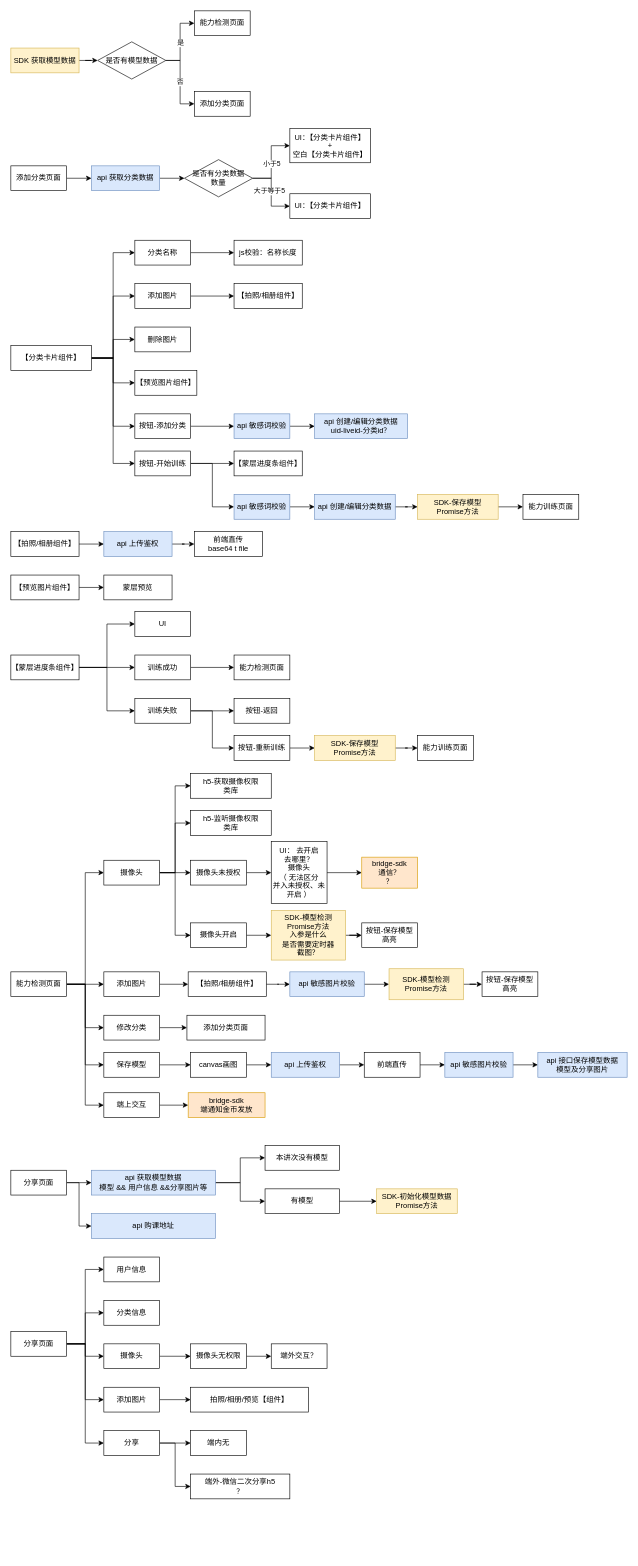
Above: page "物品识别" (9 of 9) of my-project/未命名绘图.drawio in gmtaurus/ceshi (draw.io), before the change. Source tidied: cells renumbered, new cells numbered last; positions are measured from the earlier drawing's top-left corner, leaving out a move shared by most shapes. Both pictures are drawn from the tidied source at 62%, with x=0, y=0 at pixel (11, 11).
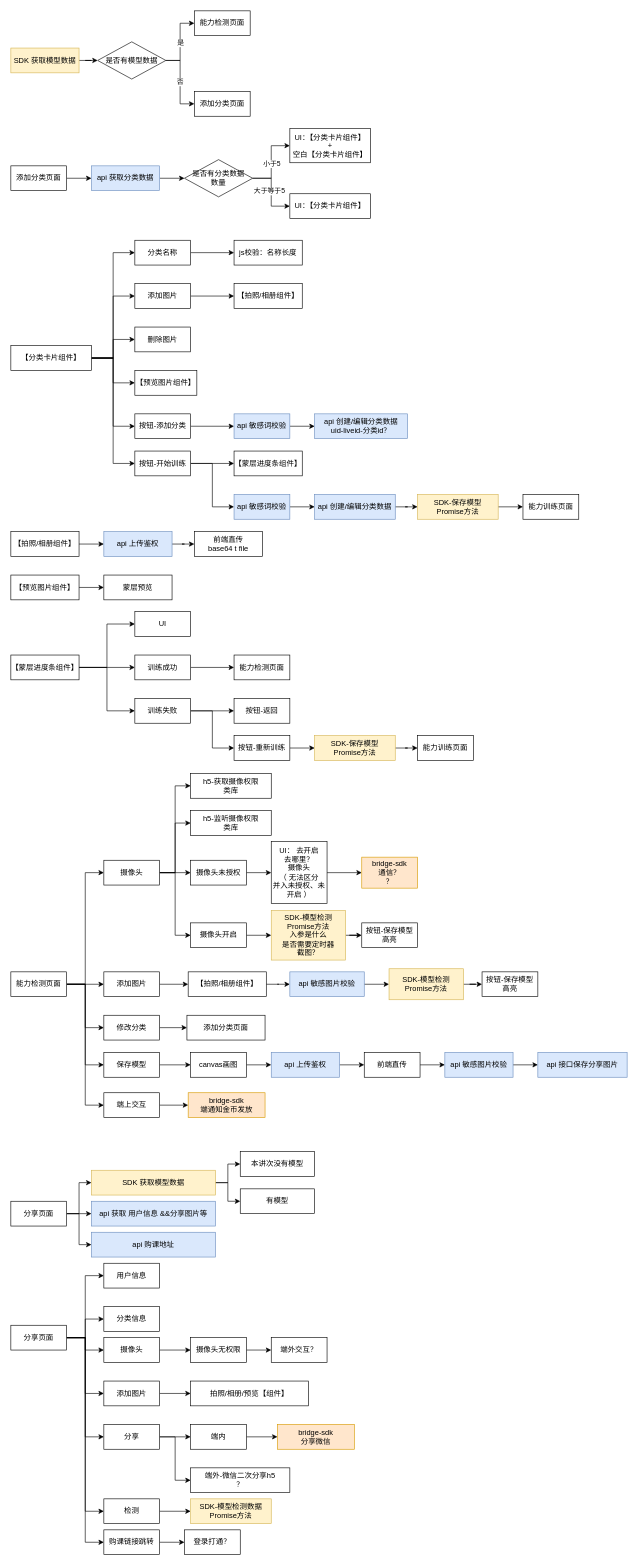
The same page after the edit.

Commit message:
更新未命名绘图.drawio

Change to the diagram source:
```diff
@@
-    <mxCell id="24" value="api 接口保存模型数据&lt;br&gt;模型及分享图片" style="rounded=0;whiteSpace=wrap;html=1;fillColor=#dae8fc;strokeColor=#6c8ebf;" parent="1" vertex="1">
+    <mxCell id="24" value="api 接口保存分享图片" style="rounded=0;whiteSpace=wrap;html=1;fillColor=#dae8fc;strokeColor=#6c8ebf;" parent="1" vertex="1">
       <mxGeometry x="850" y="1680" width="144" height="40" as="geometry" />
     </mxCell>
@@
+    <mxCell id="158" style="edgeStyle=orthogonalEdgeStyle;rounded=0;jettySize=auto;html=1;exitX=1;exitY=0.5;exitDx=0;exitDy=0;entryX=0;entryY=0.5;entryDx=0;entryDy=0;" parent="1" edge="1" source="38" target="164">
+      <mxGeometry relative="1" as="geometry" />
+    </mxCell>
+    <mxCell id="159" style="edgeStyle=orthogonalEdgeStyle;rounded=0;jettySize=auto;html=1;exitX=1;exitY=0.5;exitDx=0;exitDy=0;entryX=0;entryY=0.5;entryDx=0;entryDy=0;" parent="1" edge="1" source="38" target="167">
+      <mxGeometry relative="1" as="geometry" />
+    </mxCell>
     <mxCell id="38" value="分享页面" style="rounded=0;whiteSpace=wrap;html=1;" parent="1" vertex="1">
-      <mxGeometry y="2130" width="90" height="40" as="geometry" />
+      <mxGeometry y="2120" width="90" height="40" as="geometry" />
     </mxCell>
     <mxCell id="39" value="用户信息" style="rounded=0;whiteSpace=wrap;html=1;" parent="1" vertex="1">
-      <mxGeometry x="150" y="2010" width="90" height="40" as="geometry" />
+      <mxGeometry x="150" y="2020" width="90" height="40" as="geometry" />
     </mxCell>
     <mxCell id="40" value="分类信息" style="rounded=0;whiteSpace=wrap;html=1;" parent="1" vertex="1">
-      <mxGeometry x="150" y="2080" width="90" height="40" as="geometry" />
+      <mxGeometry x="150" y="2090" width="90" height="40" as="geometry" />
     </mxCell>
@@
     <mxCell id="42" value="摄像头" style="rounded=0;whiteSpace=wrap;html=1;" parent="1" vertex="1">
-      <mxGeometry x="150" y="2150" width="90" height="40" as="geometry" />
+      <mxGeometry x="150" y="2140" width="90" height="40" as="geometry" />
     </mxCell>
@@
     <mxCell id="44" value="添加图片" style="rounded=0;whiteSpace=wrap;html=1;" parent="1" vertex="1">
-      <mxGeometry x="150" y="2220" width="90" height="40" as="geometry" />
+      <mxGeometry x="150" y="2210" width="90" height="40" as="geometry" />
     </mxCell>
     <mxCell id="45" value="拍照/相册/预览【组件】" style="rounded=0;whiteSpace=wrap;html=1;" parent="1" vertex="1">
-      <mxGeometry x="290" y="2220" width="190" height="40" as="geometry" />
+      <mxGeometry x="290" y="2210" width="190" height="40" as="geometry" />
     </mxCell>
@@
     <mxCell id="48" value="分享" style="rounded=0;whiteSpace=wrap;html=1;" parent="1" vertex="1">
-      <mxGeometry x="150" y="2290" width="90" height="40" as="geometry" />
+      <mxGeometry x="150" y="2280" width="90" height="40" as="geometry" />
     </mxCell>
+    <mxCell id="160" style="edgeStyle=orthogonalEdgeStyle;rounded=0;jettySize=auto;html=1;" parent="1" edge="1" source="49" target="162">
+      <mxGeometry relative="1" as="geometry" />
+    </mxCell>
-    <mxCell id="49" value="端内无" style="rounded=0;whiteSpace=wrap;html=1;" parent="1" vertex="1">
-      <mxGeometry x="290" y="2290" width="90" height="40" as="geometry" />
+    <mxCell id="49" value="端内" style="rounded=0;whiteSpace=wrap;html=1;" parent="1" vertex="1">
+      <mxGeometry x="290" y="2280" width="90" height="40" as="geometry" />
     </mxCell>
     <mxCell id="50" value="端外-微信二次分享h5&lt;br&gt;？" style="rounded=0;whiteSpace=wrap;html=1;" parent="1" vertex="1">
-      <mxGeometry x="290" y="2360" width="160" height="40" as="geometry" />
+      <mxGeometry x="290" y="2350" width="160" height="40" as="geometry" />
     </mxCell>
@@
+    <mxCell id="161" style="edgeStyle=orthogonalEdgeStyle;rounded=0;jettySize=auto;html=1;exitX=1;exitY=0.5;exitDx=0;exitDy=0;entryX=0;entryY=0.5;entryDx=0;entryDy=0;" parent="1" edge="1" source="143" target="171">
+      <mxGeometry relative="1" as="geometry" />
+    </mxCell>
     <mxCell id="143" value="分享页面" style="rounded=0;whiteSpace=wrap;html=1;" parent="1" vertex="1">
-      <mxGeometry y="1870" width="90" height="40" as="geometry" />
+      <mxGeometry y="1920" width="90" height="40" as="geometry" />
     </mxCell>
-    <mxCell id="144" style="edgeStyle=orthogonalEdgeStyle;rounded=0;jettySize=auto;html=1;exitX=1;exitY=0.5;exitDx=0;exitDy=0;" parent="1" edge="1" source="146" target="147">
-      <mxGeometry relative="1" as="geometry" />
-    </mxCell>
-    <mxCell id="145" style="edgeStyle=orthogonalEdgeStyle;rounded=0;jettySize=auto;html=1;exitX=1;exitY=0.5;exitDx=0;exitDy=0;entryX=0;entryY=0.5;entryDx=0;entryDy=0;" parent="1" edge="1" source="146" target="149">
-      <mxGeometry relative="1" as="geometry" />
-    </mxCell>
-    <mxCell id="146" value="api 获取模型数据&lt;br&gt;模型 &amp;amp;&amp;amp; 用户信息 &amp;amp;&amp;amp;分享图片等" style="rounded=0;whiteSpace=wrap;html=1;fillColor=#dae8fc;strokeColor=#6c8ebf;" parent="1" vertex="1">
-      <mxGeometry x="130" y="1870" width="200" height="40" as="geometry" />
+    <mxCell id="146" value="api 获取&amp;nbsp;用户信息 &amp;amp;&amp;amp;分享图片等" style="rounded=0;whiteSpace=wrap;html=1;fillColor=#dae8fc;strokeColor=#6c8ebf;" parent="1" vertex="1">
+      <mxGeometry x="130" y="1920" width="200" height="40" as="geometry" />
     </mxCell>
     <mxCell id="147" value="本讲次没有模型" style="rounded=0;whiteSpace=wrap;html=1;" parent="1" vertex="1">
-      <mxGeometry x="410" y="1830" width="120" height="40" as="geometry" />
+      <mxGeometry x="370" y="1840" width="120" height="40" as="geometry" />
     </mxCell>
-    <mxCell id="148" style="edgeStyle=orthogonalEdgeStyle;rounded=0;jettySize=auto;html=1;" parent="1" edge="1" source="149" target="150">
-      <mxGeometry relative="1" as="geometry" />
-    </mxCell>
     <mxCell id="149" value="有模型" style="rounded=0;whiteSpace=wrap;html=1;" parent="1" vertex="1">
-      <mxGeometry x="410" y="1900" width="120" height="40" as="geometry" />
+      <mxGeometry x="370" y="1900" width="120" height="40" as="geometry" />
     </mxCell>
-    <mxCell id="150" value="SDK-初始化模型数据&lt;br&gt;Promise方法" style="rounded=0;whiteSpace=wrap;html=1;fillColor=#fff2cc;strokeColor=#d6b656;" parent="1" vertex="1">
-      <mxGeometry x="590" y="1900" width="130" height="40" as="geometry" />
-    </mxCell>
@@
     <mxCell id="152" value="摄像头无权限" style="rounded=0;whiteSpace=wrap;html=1;" parent="1" vertex="1">
-      <mxGeometry x="290" y="2150" width="90" height="40" as="geometry" />
+      <mxGeometry x="290" y="2140" width="90" height="40" as="geometry" />
     </mxCell>
     <mxCell id="153" value="端外交互？" style="rounded=0;whiteSpace=wrap;html=1;" parent="1" vertex="1">
-      <mxGeometry x="420" y="2150" width="90" height="40" as="geometry" />
+      <mxGeometry x="420" y="2140" width="90" height="40" as="geometry" />
     </mxCell>
@@
     <mxCell id="157" value="api 购课地址" style="rounded=0;whiteSpace=wrap;html=1;fillColor=#dae8fc;strokeColor=#6c8ebf;" parent="1" vertex="1">
-      <mxGeometry x="130" y="1940" width="200" height="40" as="geometry" />
+      <mxGeometry x="130" y="1970" width="200" height="40" as="geometry" />
     </mxCell>
+    <mxCell id="162" value="bridge-sdk &lt;br&gt;分享微信" style="rounded=0;whiteSpace=wrap;html=1;fillColor=#ffe6cc;strokeColor=#d79b00;" parent="1" vertex="1">
+      <mxGeometry x="430" y="2280" width="124" height="40" as="geometry" />
+    </mxCell>
+    <mxCell id="163" style="edgeStyle=orthogonalEdgeStyle;rounded=0;jettySize=auto;html=1;" parent="1" edge="1" source="164" target="165">
+      <mxGeometry relative="1" as="geometry" />
+    </mxCell>
+    <mxCell id="164" value="检测" style="rounded=0;whiteSpace=wrap;html=1;" parent="1" vertex="1">
+      <mxGeometry x="150" y="2400" width="90" height="40" as="geometry" />
+    </mxCell>
+    <mxCell id="165" value="SDK-模型检测数据&lt;br&gt;Promise方法" style="rounded=0;whiteSpace=wrap;html=1;fillColor=#fff2cc;strokeColor=#d6b656;" parent="1" vertex="1">
+      <mxGeometry x="290" y="2400" width="130" height="40" as="geometry" />
+    </mxCell>
+    <mxCell id="166" style="edgeStyle=orthogonalEdgeStyle;rounded=0;jettySize=auto;html=1;" parent="1" edge="1" source="167" target="168">
+      <mxGeometry relative="1" as="geometry" />
+    </mxCell>
+    <mxCell id="167" value="购课链接跳转" style="rounded=0;whiteSpace=wrap;html=1;" parent="1" vertex="1">
+      <mxGeometry x="150" y="2450" width="90" height="40" as="geometry" />
+    </mxCell>
+    <mxCell id="168" value="登录打通？" style="rounded=0;whiteSpace=wrap;html=1;" parent="1" vertex="1">
+      <mxGeometry x="280" y="2450" width="90" height="40" as="geometry" />
+    </mxCell>
+    <mxCell id="169" style="edgeStyle=orthogonalEdgeStyle;rounded=0;jettySize=auto;html=1;exitX=1;exitY=0.5;exitDx=0;exitDy=0;entryX=0;entryY=0.5;entryDx=0;entryDy=0;" parent="1" edge="1" source="171" target="147">
+      <mxGeometry relative="1" as="geometry" />
+    </mxCell>
+    <mxCell id="170" style="edgeStyle=orthogonalEdgeStyle;rounded=0;jettySize=auto;html=1;exitX=1;exitY=0.5;exitDx=0;exitDy=0;entryX=0;entryY=0.5;entryDx=0;entryDy=0;" parent="1" edge="1" source="171" target="149">
+      <mxGeometry relative="1" as="geometry" />
+    </mxCell>
+    <mxCell id="171" value="SDK 获取模型数据" style="rounded=0;whiteSpace=wrap;html=1;fillColor=#fff2cc;strokeColor=#d6b656;" parent="1" vertex="1">
+      <mxGeometry x="130" y="1870" width="200" height="40" as="geometry" />
+    </mxCell>
```
